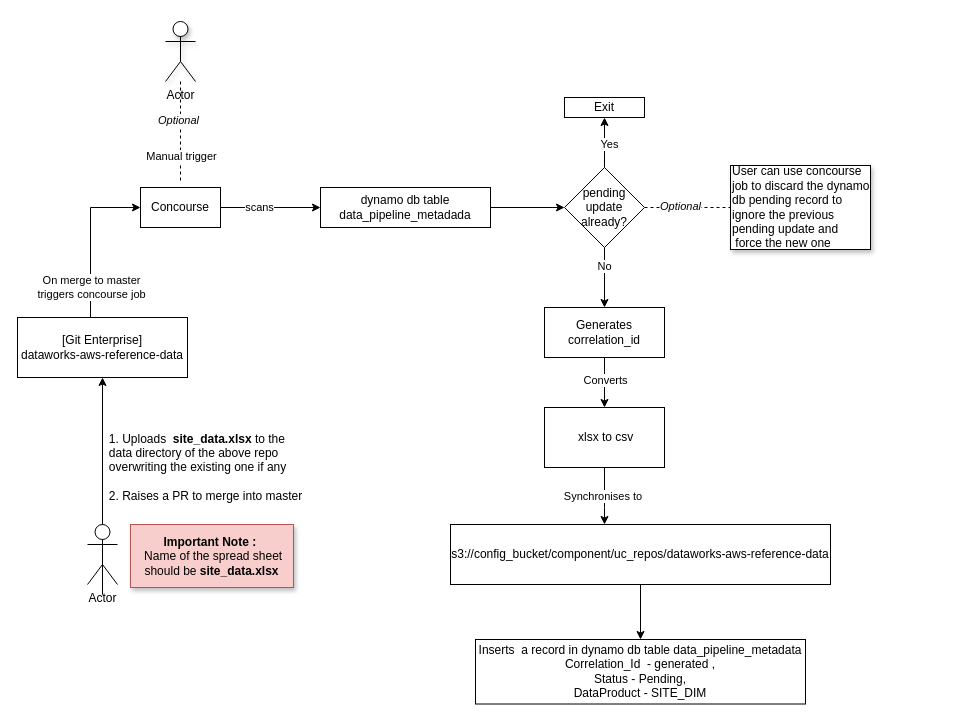
Earlier version of the draw.io diagram Untitled Diagram.drawio (UdayChokkam/diagrams). Source tidied: cells renumbered, new cells numbered last; positions are measured from the earlier drawing's top-left corner, leaving out a move shared by most shapes. Both pictures are drawn from the tidied source at 100%, with x=0, y=0 at pixel (17, 21).
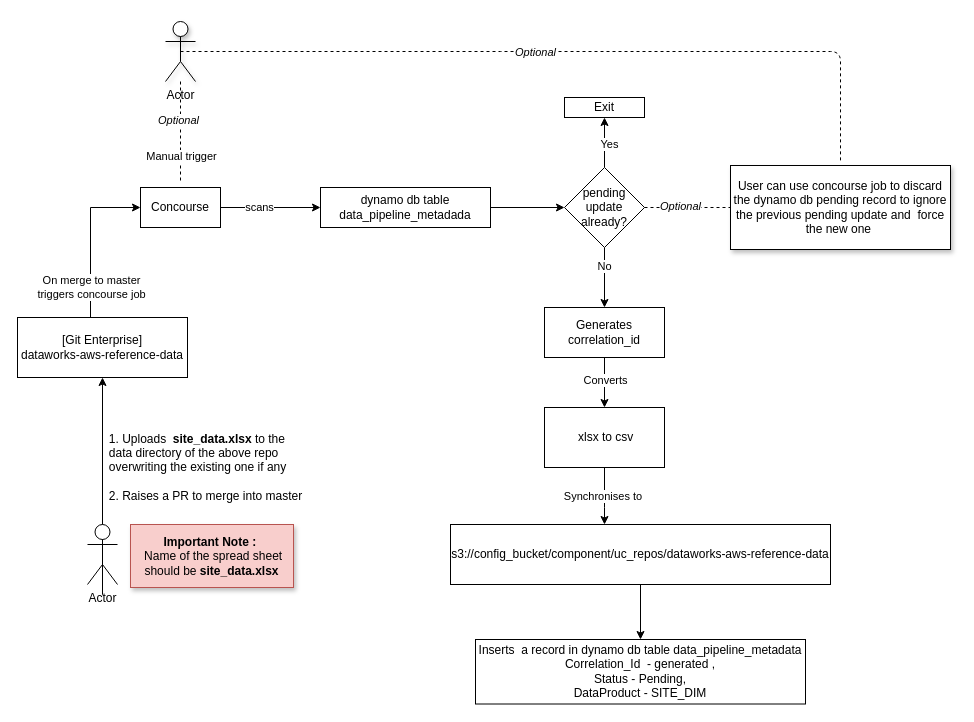
The same diagram, later.

Unchanged cells that the change refers to:
```xml
<mxCell id="9" value="s3://config_bucket/component/uc_repos/dataworks-aws-reference-data" style="rounded=0;whiteSpace=wrap;html=1;" parent="1" vertex="1">
  <mxGeometry x="433" y="503" width="380" height="60" as="geometry" />
</mxCell>
<mxCell id="27" value="Inserts &amp;nbsp;a record in dynamo db table data_pipeline_metadata&lt;br&gt;Correlation_Id &amp;nbsp;- generated ,&lt;br&gt;Status - Pending,&lt;br&gt;DataProduct - SITE_DIM&lt;br&gt;" style="rounded=0;whiteSpace=wrap;html=1;" parent="1" vertex="1">
  <mxGeometry x="458" y="618" width="330" height="64.5" as="geometry" />
</mxCell>
<mxCell id="31" value="Actor" style="shape=umlActor;verticalLabelPosition=bottom;verticalAlign=top;html=1;outlineConnect=0;shadow=1;" parent="1" vertex="1">
  <mxGeometry x="148" width="30" height="60" as="geometry" />
</mxCell>
```

Change to the diagram source:
```diff
@@
-    <mxCell id="8" style="edgeStyle=orthogonalEdgeStyle;rounded=0;jettySize=auto;html=1;" parent="1" edge="1" source="9" target="27">
+    <mxCell id="8" style="edgeStyle=orthogonalEdgeStyle;rounded=0;jettySize=auto;html=1;exitX=0.5;exitY=1;exitDx=0;exitDy=0;" parent="1" edge="1" source="9" target="27">
       <mxGeometry relative="1" as="geometry" />
     </mxCell>
@@
-    <mxCell id="30" value="User can use concourse job to discard the dynamo db pending record to ignore the previous pending update and &amp;nbsp;force the new one&amp;nbsp;" style="rounded=0;whiteSpace=wrap;html=1;shadow=1;align=left;" parent="1" vertex="1">
-      <mxGeometry x="713" y="144" width="140" height="84" as="geometry" />
+    <mxCell id="30" value="&lt;div&gt;User can use concourse job to discard the dynamo db pending record to ignore the previous pending update and &amp;nbsp;force the new one&amp;nbsp;&lt;/div&gt;" style="rounded=0;whiteSpace=wrap;html=1;shadow=1;align=center;" parent="1" vertex="1">
+      <mxGeometry x="713" y="144" width="220" height="84" as="geometry" />
     </mxCell>
@@
+    <mxCell id="35" style="endArrow=none;dashed=1;html=1;exitX=0.5;exitY=0.5;exitDx=0;exitDy=0;exitPerimeter=0;" parent="1" edge="1" source="31">
+      <mxGeometry relative="1" as="geometry">
+        <mxPoint x="823" y="140" as="targetPoint" />
+        <Array as="points">
+          <mxPoint x="163" y="30" />
+          <mxPoint x="493" y="30" />
+          <mxPoint x="693" y="30" />
+          <mxPoint x="823" y="30" />
+        </Array>
+      </mxGeometry>
+    </mxCell>
+    <mxCell id="36" value="&lt;i&gt;Optional&lt;/i&gt;" style="edgeLabel;html=1;align=center;verticalAlign=middle;" parent="35" vertex="1">
+      <mxGeometry x="-0.08" relative="1" as="geometry" />
+    </mxCell>
```
